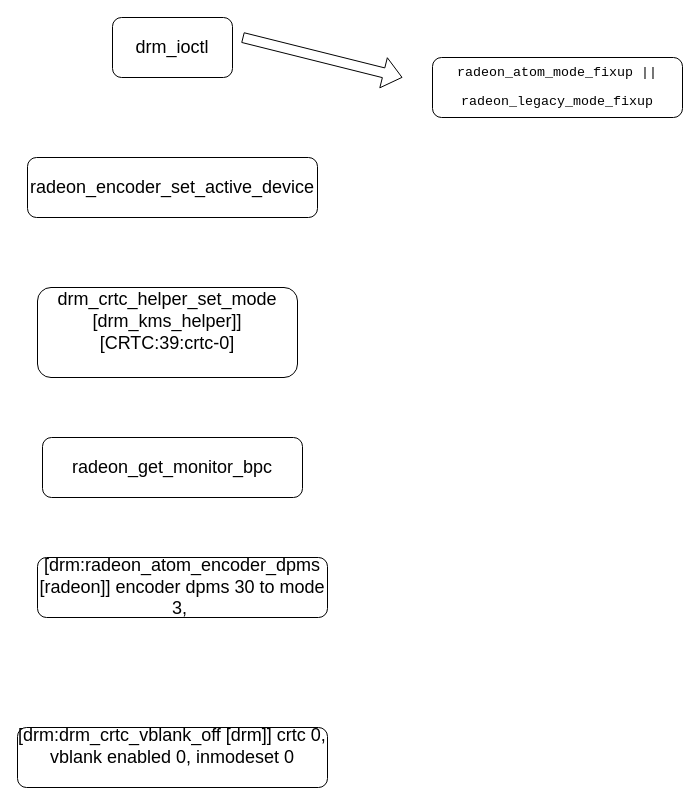
Before: dir/Untitled Diagram.drawio in hongaoo/draw-io-files, a draw.io diagram. Source tidied: cells renumbered, new cells numbered last; positions are measured from the earlier drawing's top-left corner, leaving out a move shared by most shapes. Both pictures are drawn from the tidied source at 100%, with x=0, y=0 at pixel (17, 17).
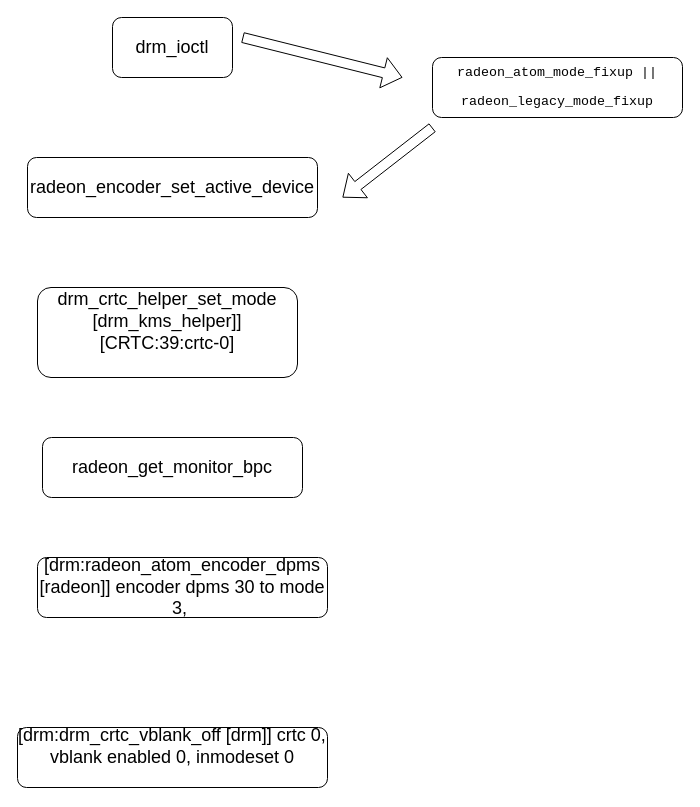
After the change.

Diff of the diagram source:
```diff
@@
 <mxGraphModel>
   <root>
     <mxCell id="0" />
     <mxCell id="1" parent="0" />
     <mxCell id="2" value="&lt;span style=&quot;text-align: left&quot;&gt;&lt;font style=&quot;font-size: 18px&quot;&gt;drm_ioctl&lt;/font&gt;&lt;/span&gt;" style="rounded=1;whiteSpace=wrap;html=1;fontColor=default;fillColor=default;strokeColor=default;" parent="1" vertex="1">
       <mxGeometry x="95" width="120" height="60" as="geometry" />
     </mxCell>
     <mxCell id="3" value="radeon_encoder_set_active_device" style="rounded=1;whiteSpace=wrap;html=1;fontSize=18;fontColor=default;strokeColor=default;fillColor=default;" parent="1" vertex="1">
       <mxGeometry x="10" y="140" width="290" height="60" as="geometry" />
     </mxCell>
     <mxCell id="4" value="&lt;div&gt;drm_crtc_helper_set_mode [drm_kms_helper]] [CRTC:39:crtc-0]&lt;/div&gt;&lt;div&gt;&lt;br&gt;&lt;/div&gt;" style="rounded=1;whiteSpace=wrap;html=1;fontSize=18;fontColor=default;strokeColor=default;fillColor=default;" parent="1" vertex="1">
       <mxGeometry x="20" y="270" width="260" height="90" as="geometry" />
     </mxCell>
     <mxCell id="5" value="radeon_get_monitor_bpc" style="rounded=1;whiteSpace=wrap;html=1;fontSize=18;fontColor=default;strokeColor=default;fillColor=default;" parent="1" vertex="1">
       <mxGeometry x="25" y="420" width="260" height="60" as="geometry" />
     </mxCell>
     <mxCell id="6" value="[drm:radeon_atom_encoder_dpms [radeon]] encoder dpms 30 to mode 3,&amp;nbsp;" style="rounded=1;whiteSpace=wrap;html=1;fontSize=18;fontColor=default;strokeColor=default;fillColor=default;" parent="1" vertex="1">
       <mxGeometry x="20" y="540" width="290" height="60" as="geometry" />
     </mxCell>
     <mxCell id="7" value="&lt;div&gt;[drm:drm_crtc_vblank_off [drm]] crtc 0, vblank enabled 0, inmodeset 0&lt;/div&gt;&lt;div&gt;&lt;br&gt;&lt;/div&gt;" style="rounded=1;whiteSpace=wrap;html=1;fontSize=18;fontColor=default;strokeColor=default;fillColor=default;" parent="1" vertex="1">
       <mxGeometry y="710" width="310" height="60" as="geometry" />
     </mxCell>
     <mxCell id="8" value="&lt;p style=&quot;font-family: monospace , &amp;quot;courier&amp;quot; ; font-size: 10pt&quot;&gt;&lt;span&gt;radeon_atom_mode_fixup ||&lt;/span&gt;&lt;/p&gt;&lt;p style=&quot;font-family: monospace , &amp;quot;courier&amp;quot; ; font-size: 10pt&quot;&gt;&lt;span style=&quot;&quot;&gt;radeon_legacy_mode_fixup&lt;/span&gt;&lt;/p&gt;" style="rounded=1;whiteSpace=wrap;html=1;fontSize=18;fontColor=default;strokeColor=default;fillColor=default;" parent="1" vertex="1">
       <mxGeometry x="415" y="40" width="250" height="60" as="geometry" />
     </mxCell>
     <mxCell id="9" style="shape=flexArrow;endArrow=classic;html=1;rounded=0;fontSize=18;fontColor=default;strokeColor=default;labelBackgroundColor=default;" parent="1" edge="1">
       <mxGeometry relative="1" as="geometry">
         <mxPoint x="225" y="20" as="sourcePoint" />
         <mxPoint x="385" y="60" as="targetPoint" />
       </mxGeometry>
     </mxCell>
+    <mxCell id="10" style="shape=flexArrow;endArrow=classic;html=1;rounded=0;labelBackgroundColor=default;fontSize=18;fontColor=default;strokeColor=default;" parent="1" edge="1">
+      <mxGeometry relative="1" as="geometry">
+        <mxPoint x="415" y="110" as="sourcePoint" />
+        <mxPoint x="325" y="180" as="targetPoint" />
+      </mxGeometry>
+    </mxCell>
   </root>
 </mxGraphModel>
```
